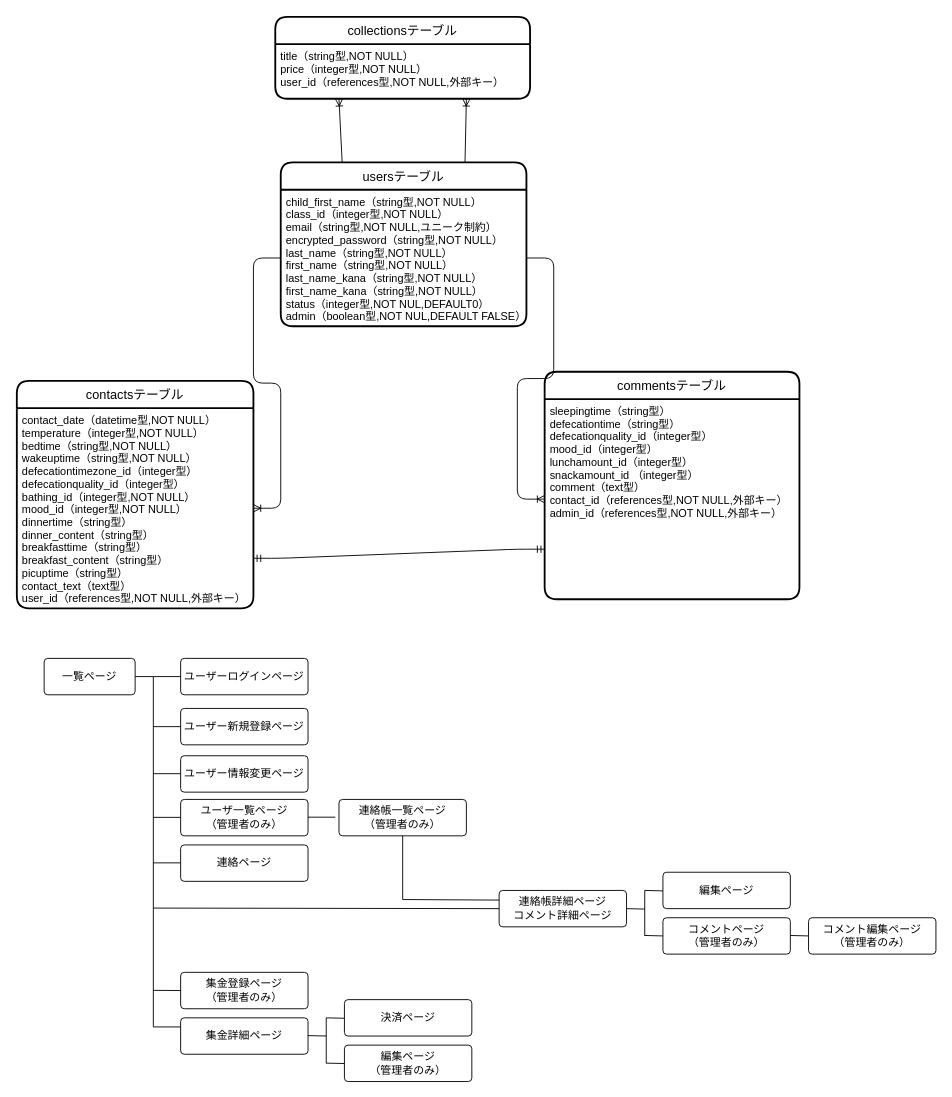
This is contact.dio from sugisanize/contact_book, a draw.io file, before an edit. Source tidied: cells renumbered, new cells numbered last; positions are measured from the earlier drawing's top-left corner, leaving out a move shared by most shapes. Both pictures are drawn from the tidied source at 91%, with x=0, y=0 at pixel (16, 16).
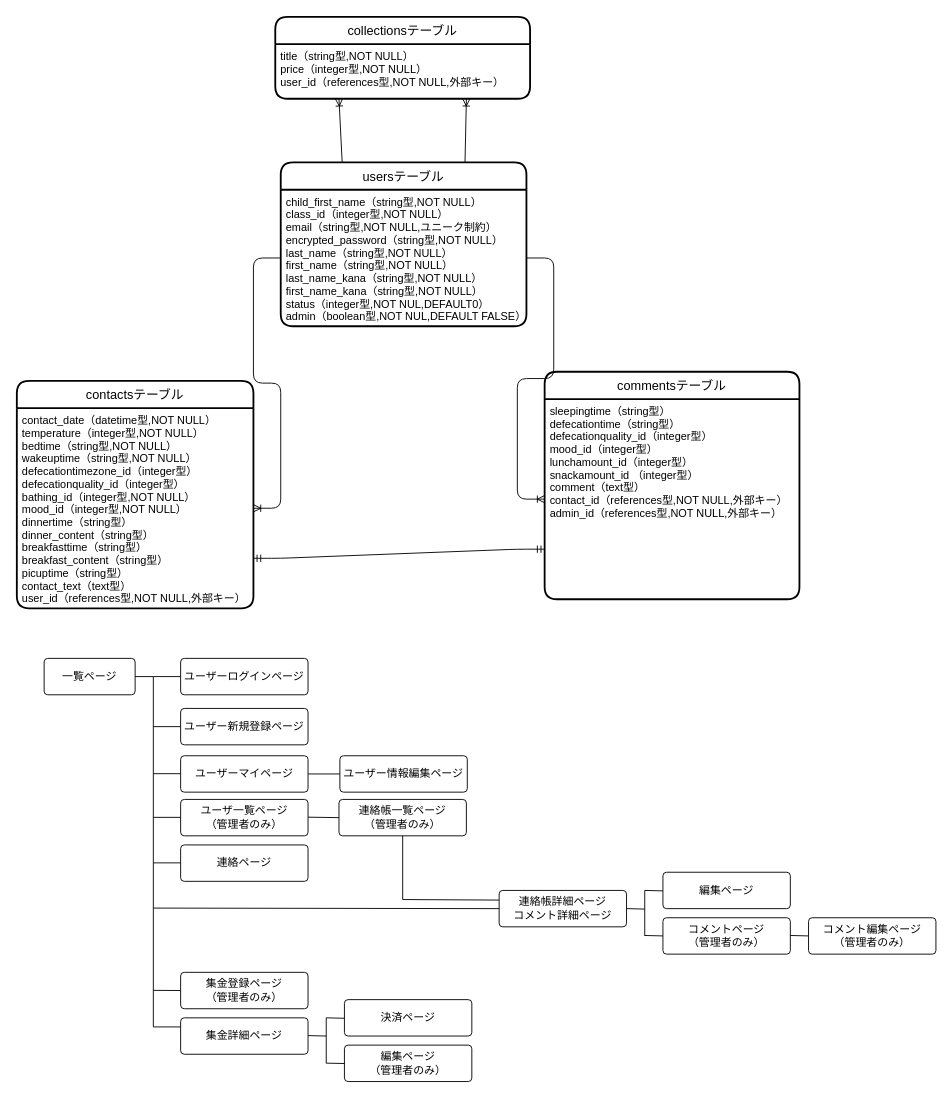
Above is the later version.

Commit message (it also covers changes not shown here):
ユーザーマイページ

The change refers to these unchanged cells:
```xml
<mxCell id="46" value="連絡帳一覧ページ&lt;br&gt;（管理者のみ）" style="rounded=1;arcSize=10;whiteSpace=wrap;html=1;align=center;" parent="1" vertex="1">
  <mxGeometry x="354" y="860" width="140" height="40" as="geometry" />
</mxCell>
```

Change to the diagram source:
```diff
@@
-    <mxCell id="18" value="ユーザー情報変更ページ" style="rounded=1;arcSize=10;whiteSpace=wrap;html=1;align=center;" parent="1" vertex="1">
+    <mxCell id="18" value="ユーザーマイページ" style="rounded=1;arcSize=10;whiteSpace=wrap;html=1;align=center;" parent="1" vertex="1">
       <mxGeometry x="180" y="812" width="140" height="40" as="geometry" />
     </mxCell>
@@
-    <mxCell id="47" style="endArrow=none;html=1;rounded=0;entryX=0;entryY=0.5;entryDx=0;entryDy=0;" parent="1" edge="1">
+    <mxCell id="47" style="endArrow=none;html=1;rounded=0;entryX=0;entryY=0.5;entryDx=0;entryDy=0;" parent="1" edge="1" target="46">
       <mxGeometry relative="1" as="geometry">
         <mxPoint x="320" y="879.5" as="sourcePoint" />
-        <mxPoint x="350" y="879.5" as="targetPoint" />
       </mxGeometry>
     </mxCell>
@@
+    <mxCell id="49" value="ユーザー情報編集ページ" style="rounded=1;arcSize=10;whiteSpace=wrap;html=1;align=center;" parent="1" vertex="1">
+      <mxGeometry x="355" y="812" width="140" height="40" as="geometry" />
+    </mxCell>
+    <mxCell id="50" style="endArrow=none;html=1;rounded=0;entryX=0;entryY=0.5;entryDx=0;entryDy=0;exitX=1;exitY=0.5;exitDx=0;exitDy=0;" parent="1" edge="1" source="18" target="49">
+      <mxGeometry relative="1" as="geometry" />
+    </mxCell>
```
